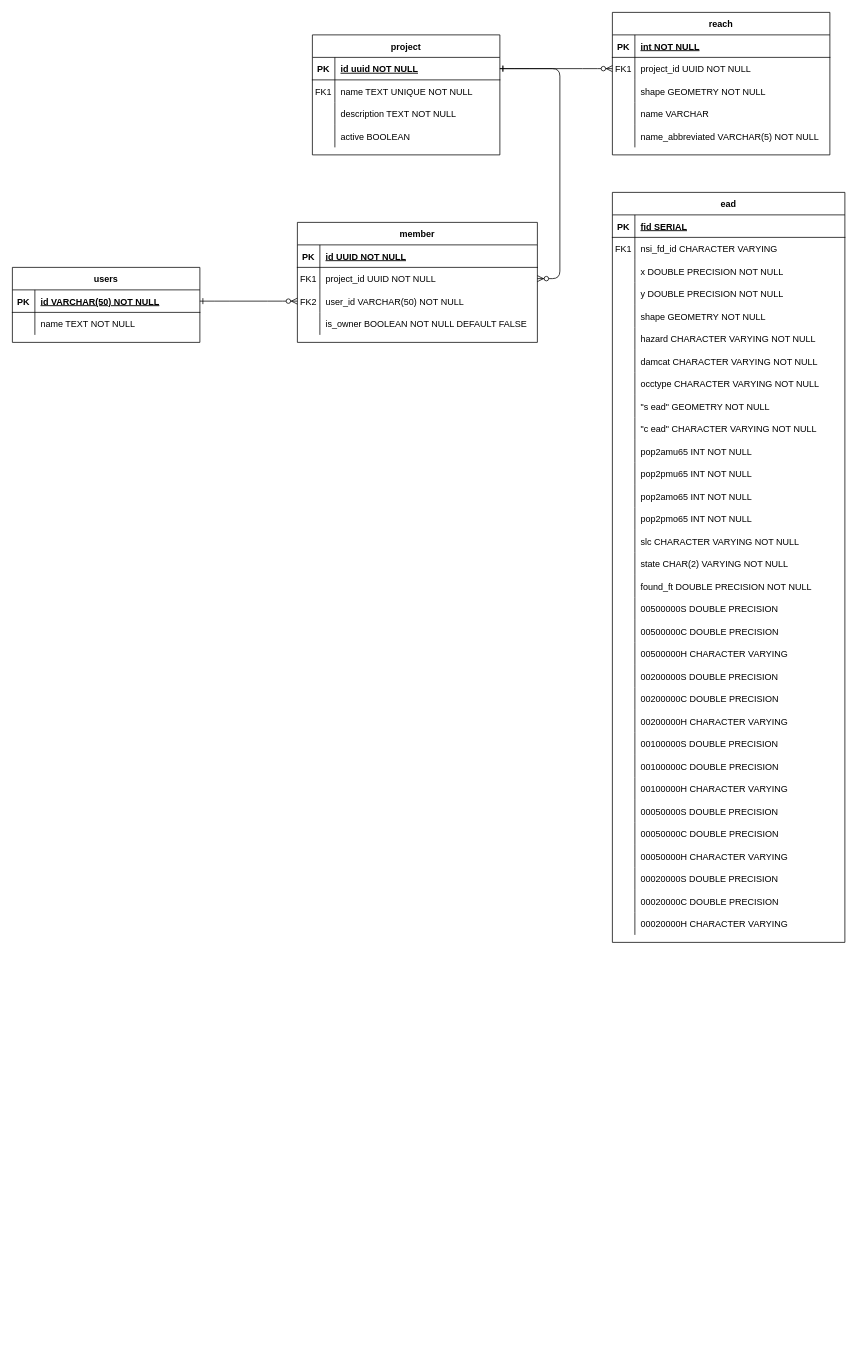
This is Untitled Diagram.drawio from USACE/chart-docs, a draw.io file, before an edit. Source tidied: cells renumbered, new cells numbered last; positions are measured from the earlier drawing's top-left corner, leaving out a move shared by most shapes. Both pictures are drawn from the tidied source at 75%, with x=0, y=0 at pixel (12, 12).
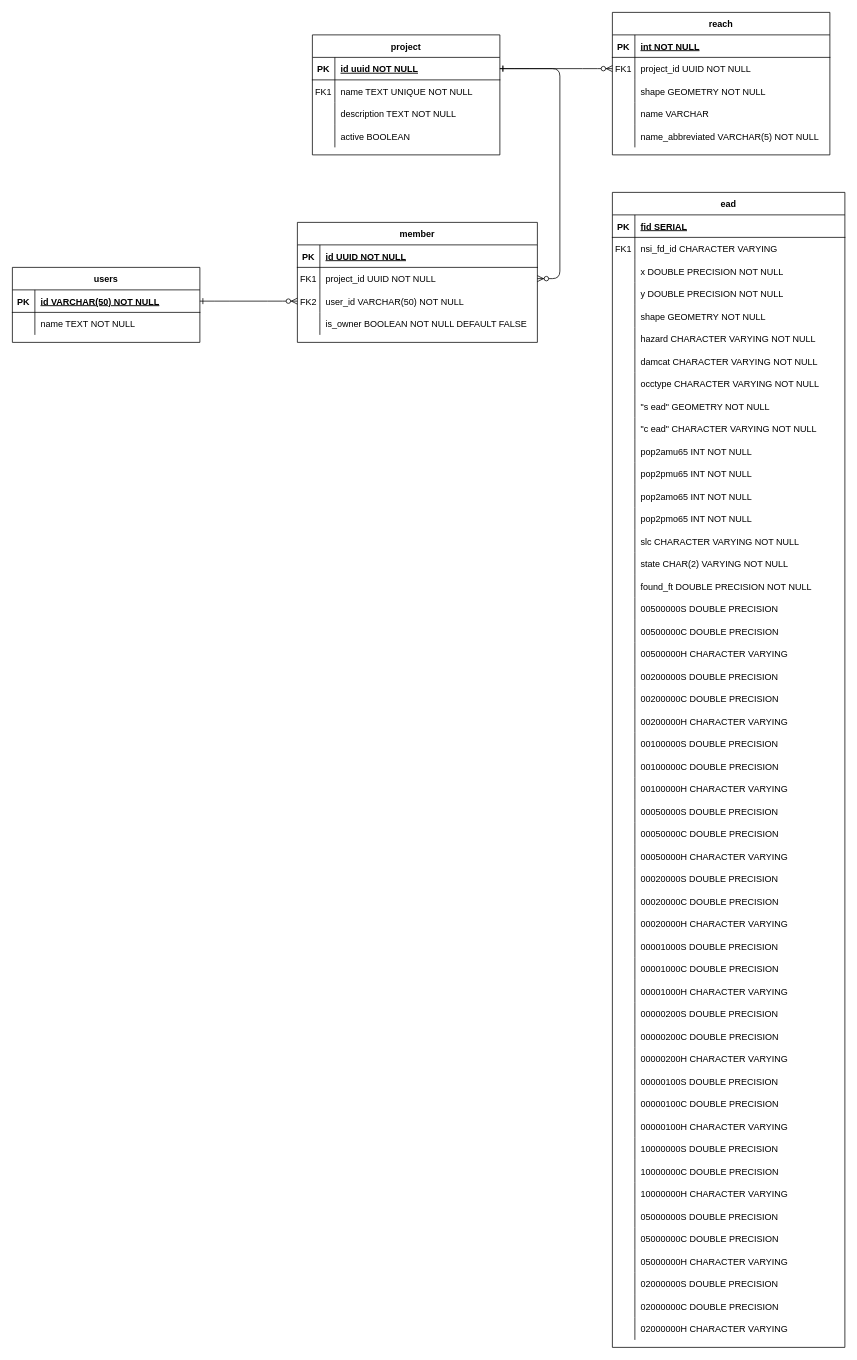
Above is the later version.

Diff of the diagram source:
```diff
@@
     <mxCell id="52" value="ead" style="shape=table;startSize=30;childLayout=tableLayout;rowLines=0;fontStyle=1;align=center;" parent="1" vertex="1">
-      <mxGeometry x="800" y="240" width="310" height="1000" as="geometry" />
+      <mxGeometry x="800" y="240" width="310" height="1540" as="geometry" />
     </mxCell>
@@
+    <mxCell id="151" style="shape=partialRectangle;fillColor=none;top=0;left=0;right=0;bottom=0;" parent="52" vertex="1">
+      <mxGeometry y="990" width="310" height="30" as="geometry" />
+    </mxCell>
+    <mxCell id="152" style="shape=partialRectangle;overflow=hidden;fillColor=none;top=0;left=0;bottom=0;right=0;" parent="151" vertex="1">
+      <mxGeometry width="30" height="30" as="geometry" />
+    </mxCell>
+    <mxCell id="153" value="00001000S DOUBLE PRECISION" style="shape=partialRectangle;overflow=hidden;fillColor=none;top=0;left=0;bottom=0;right=0;align=left;spacingLeft=6;" parent="151" vertex="1">
+      <mxGeometry x="30" width="280" height="30" as="geometry" />
+    </mxCell>
+    <mxCell id="154" style="shape=partialRectangle;fillColor=none;top=0;left=0;right=0;bottom=0;" parent="52" vertex="1">
+      <mxGeometry y="1020" width="310" height="30" as="geometry" />
+    </mxCell>
+    <mxCell id="155" style="shape=partialRectangle;overflow=hidden;fillColor=none;top=0;left=0;bottom=0;right=0;" parent="154" vertex="1">
+      <mxGeometry width="30" height="30" as="geometry" />
+    </mxCell>
+    <mxCell id="156" value="00001000C DOUBLE PRECISION" style="shape=partialRectangle;overflow=hidden;fillColor=none;top=0;left=0;bottom=0;right=0;align=left;spacingLeft=6;" parent="154" vertex="1">
+      <mxGeometry x="30" width="280" height="30" as="geometry" />
+    </mxCell>
+    <mxCell id="157" style="shape=partialRectangle;fillColor=none;top=0;left=0;right=0;bottom=0;" parent="52" vertex="1">
+      <mxGeometry y="1050" width="310" height="30" as="geometry" />
+    </mxCell>
+    <mxCell id="158" style="shape=partialRectangle;overflow=hidden;fillColor=none;top=0;left=0;bottom=0;right=0;" parent="157" vertex="1">
+      <mxGeometry width="30" height="30" as="geometry" />
+    </mxCell>
+    <mxCell id="159" value="00001000H CHARACTER VARYING" style="shape=partialRectangle;overflow=hidden;fillColor=none;top=0;left=0;bottom=0;right=0;align=left;spacingLeft=6;" parent="157" vertex="1">
+      <mxGeometry x="30" width="280" height="30" as="geometry" />
+    </mxCell>
+    <mxCell id="160" style="shape=partialRectangle;fillColor=none;top=0;left=0;right=0;bottom=0;" parent="52" vertex="1">
+      <mxGeometry y="1080" width="310" height="30" as="geometry" />
+    </mxCell>
+    <mxCell id="161" style="shape=partialRectangle;overflow=hidden;fillColor=none;top=0;left=0;bottom=0;right=0;" parent="160" vertex="1">
+      <mxGeometry width="30" height="30" as="geometry" />
+    </mxCell>
+    <mxCell id="162" value="00000200S DOUBLE PRECISION" style="shape=partialRectangle;overflow=hidden;fillColor=none;top=0;left=0;bottom=0;right=0;align=left;spacingLeft=6;" parent="160" vertex="1">
+      <mxGeometry x="30" width="280" height="30" as="geometry" />
+    </mxCell>
+    <mxCell id="163" style="shape=partialRectangle;fillColor=none;top=0;left=0;right=0;bottom=0;" parent="52" vertex="1">
+      <mxGeometry y="1110" width="310" height="30" as="geometry" />
+    </mxCell>
+    <mxCell id="164" style="shape=partialRectangle;overflow=hidden;fillColor=none;top=0;left=0;bottom=0;right=0;" parent="163" vertex="1">
+      <mxGeometry width="30" height="30" as="geometry" />
+    </mxCell>
+    <mxCell id="165" value="00000200C DOUBLE PRECISION" style="shape=partialRectangle;overflow=hidden;fillColor=none;top=0;left=0;bottom=0;right=0;align=left;spacingLeft=6;" parent="163" vertex="1">
+      <mxGeometry x="30" width="280" height="30" as="geometry" />
+    </mxCell>
+    <mxCell id="166" style="shape=partialRectangle;fillColor=none;top=0;left=0;right=0;bottom=0;" parent="52" vertex="1">
+      <mxGeometry y="1140" width="310" height="30" as="geometry" />
+    </mxCell>
+    <mxCell id="167" style="shape=partialRectangle;overflow=hidden;fillColor=none;top=0;left=0;bottom=0;right=0;" parent="166" vertex="1">
+      <mxGeometry width="30" height="30" as="geometry" />
+    </mxCell>
+    <mxCell id="168" value="00000200H CHARACTER VARYING" style="shape=partialRectangle;overflow=hidden;fillColor=none;top=0;left=0;bottom=0;right=0;align=left;spacingLeft=6;" parent="166" vertex="1">
+      <mxGeometry x="30" width="280" height="30" as="geometry" />
+    </mxCell>
+    <mxCell id="169" style="shape=partialRectangle;fillColor=none;top=0;left=0;right=0;bottom=0;" parent="52" vertex="1">
+      <mxGeometry y="1170" width="310" height="30" as="geometry" />
+    </mxCell>
+    <mxCell id="170" style="shape=partialRectangle;overflow=hidden;fillColor=none;top=0;left=0;bottom=0;right=0;" parent="169" vertex="1">
+      <mxGeometry width="30" height="30" as="geometry" />
+    </mxCell>
+    <mxCell id="171" value="00000100S DOUBLE PRECISION" style="shape=partialRectangle;overflow=hidden;fillColor=none;top=0;left=0;bottom=0;right=0;align=left;spacingLeft=6;" parent="169" vertex="1">
+      <mxGeometry x="30" width="280" height="30" as="geometry" />
+    </mxCell>
+    <mxCell id="172" style="shape=partialRectangle;fillColor=none;top=0;left=0;right=0;bottom=0;" parent="52" vertex="1">
+      <mxGeometry y="1200" width="310" height="30" as="geometry" />
+    </mxCell>
+    <mxCell id="173" style="shape=partialRectangle;overflow=hidden;fillColor=none;top=0;left=0;bottom=0;right=0;" parent="172" vertex="1">
+      <mxGeometry width="30" height="30" as="geometry" />
+    </mxCell>
+    <mxCell id="174" value="00000100C DOUBLE PRECISION" style="shape=partialRectangle;overflow=hidden;fillColor=none;top=0;left=0;bottom=0;right=0;align=left;spacingLeft=6;" parent="172" vertex="1">
+      <mxGeometry x="30" width="280" height="30" as="geometry" />
+    </mxCell>
+    <mxCell id="175" style="shape=partialRectangle;fillColor=none;top=0;left=0;right=0;bottom=0;" parent="52" vertex="1">
+      <mxGeometry y="1230" width="310" height="30" as="geometry" />
+    </mxCell>
+    <mxCell id="176" style="shape=partialRectangle;overflow=hidden;fillColor=none;top=0;left=0;bottom=0;right=0;" parent="175" vertex="1">
+      <mxGeometry width="30" height="30" as="geometry" />
+    </mxCell>
+    <mxCell id="177" value="00000100H CHARACTER VARYING" style="shape=partialRectangle;overflow=hidden;fillColor=none;top=0;left=0;bottom=0;right=0;align=left;spacingLeft=6;" parent="175" vertex="1">
+      <mxGeometry x="30" width="280" height="30" as="geometry" />
+    </mxCell>
+    <mxCell id="178" style="shape=partialRectangle;fillColor=none;top=0;left=0;right=0;bottom=0;" parent="52" vertex="1">
+      <mxGeometry y="1260" width="310" height="30" as="geometry" />
+    </mxCell>
+    <mxCell id="179" style="shape=partialRectangle;overflow=hidden;fillColor=none;top=0;left=0;bottom=0;right=0;" parent="178" vertex="1">
+      <mxGeometry width="30" height="30" as="geometry" />
+    </mxCell>
+    <mxCell id="180" value="10000000S DOUBLE PRECISION" style="shape=partialRectangle;overflow=hidden;fillColor=none;top=0;left=0;bottom=0;right=0;align=left;spacingLeft=6;" parent="178" vertex="1">
+      <mxGeometry x="30" width="280" height="30" as="geometry" />
+    </mxCell>
+    <mxCell id="181" style="shape=partialRectangle;fillColor=none;top=0;left=0;right=0;bottom=0;" parent="52" vertex="1">
+      <mxGeometry y="1290" width="310" height="30" as="geometry" />
+    </mxCell>
+    <mxCell id="182" style="shape=partialRectangle;overflow=hidden;fillColor=none;top=0;left=0;bottom=0;right=0;" parent="181" vertex="1">
+      <mxGeometry width="30" height="30" as="geometry" />
+    </mxCell>
+    <mxCell id="183" value="10000000C DOUBLE PRECISION" style="shape=partialRectangle;overflow=hidden;fillColor=none;top=0;left=0;bottom=0;right=0;align=left;spacingLeft=6;" parent="181" vertex="1">
+      <mxGeometry x="30" width="280" height="30" as="geometry" />
+    </mxCell>
+    <mxCell id="184" style="shape=partialRectangle;fillColor=none;top=0;left=0;right=0;bottom=0;" parent="52" vertex="1">
+      <mxGeometry y="1320" width="310" height="30" as="geometry" />
+    </mxCell>
+    <mxCell id="185" style="shape=partialRectangle;overflow=hidden;fillColor=none;top=0;left=0;bottom=0;right=0;" parent="184" vertex="1">
+      <mxGeometry width="30" height="30" as="geometry" />
+    </mxCell>
+    <mxCell id="186" value="10000000H CHARACTER VARYING" style="shape=partialRectangle;overflow=hidden;fillColor=none;top=0;left=0;bottom=0;right=0;align=left;spacingLeft=6;" parent="184" vertex="1">
+      <mxGeometry x="30" width="280" height="30" as="geometry" />
+    </mxCell>
+    <mxCell id="187" style="shape=partialRectangle;fillColor=none;top=0;left=0;right=0;bottom=0;" parent="52" vertex="1">
+      <mxGeometry y="1350" width="310" height="30" as="geometry" />
+    </mxCell>
+    <mxCell id="188" style="shape=partialRectangle;overflow=hidden;fillColor=none;top=0;left=0;bottom=0;right=0;" parent="187" vertex="1">
+      <mxGeometry width="30" height="30" as="geometry" />
+    </mxCell>
+    <mxCell id="189" value="05000000S DOUBLE PRECISION" style="shape=partialRectangle;overflow=hidden;fillColor=none;top=0;left=0;bottom=0;right=0;align=left;spacingLeft=6;" parent="187" vertex="1">
+      <mxGeometry x="30" width="280" height="30" as="geometry" />
+    </mxCell>
+    <mxCell id="190" style="shape=partialRectangle;fillColor=none;top=0;left=0;right=0;bottom=0;" parent="52" vertex="1">
+      <mxGeometry y="1380" width="310" height="30" as="geometry" />
+    </mxCell>
+    <mxCell id="191" style="shape=partialRectangle;overflow=hidden;fillColor=none;top=0;left=0;bottom=0;right=0;" parent="190" vertex="1">
+      <mxGeometry width="30" height="30" as="geometry" />
+    </mxCell>
+    <mxCell id="192" value="05000000C DOUBLE PRECISION" style="shape=partialRectangle;overflow=hidden;fillColor=none;top=0;left=0;bottom=0;right=0;align=left;spacingLeft=6;" parent="190" vertex="1">
+      <mxGeometry x="30" width="280" height="30" as="geometry" />
+    </mxCell>
+    <mxCell id="193" style="shape=partialRectangle;fillColor=none;top=0;left=0;right=0;bottom=0;" parent="52" vertex="1">
+      <mxGeometry y="1410" width="310" height="30" as="geometry" />
+    </mxCell>
+    <mxCell id="194" style="shape=partialRectangle;overflow=hidden;fillColor=none;top=0;left=0;bottom=0;right=0;" parent="193" vertex="1">
+      <mxGeometry width="30" height="30" as="geometry" />
+    </mxCell>
+    <mxCell id="195" value="05000000H CHARACTER VARYING" style="shape=partialRectangle;overflow=hidden;fillColor=none;top=0;left=0;bottom=0;right=0;align=left;spacingLeft=6;" parent="193" vertex="1">
+      <mxGeometry x="30" width="280" height="30" as="geometry" />
+    </mxCell>
+    <mxCell id="196" style="shape=partialRectangle;fillColor=none;top=0;left=0;right=0;bottom=0;" parent="52" vertex="1">
+      <mxGeometry y="1440" width="310" height="30" as="geometry" />
+    </mxCell>
+    <mxCell id="197" style="shape=partialRectangle;overflow=hidden;fillColor=none;top=0;left=0;bottom=0;right=0;" parent="196" vertex="1">
+      <mxGeometry width="30" height="30" as="geometry" />
+    </mxCell>
+    <mxCell id="198" value="02000000S DOUBLE PRECISION" style="shape=partialRectangle;overflow=hidden;fillColor=none;top=0;left=0;bottom=0;right=0;align=left;spacingLeft=6;" parent="196" vertex="1">
+      <mxGeometry x="30" width="280" height="30" as="geometry" />
+    </mxCell>
+    <mxCell id="199" style="shape=partialRectangle;fillColor=none;top=0;left=0;right=0;bottom=0;" parent="52" vertex="1">
+      <mxGeometry y="1470" width="310" height="30" as="geometry" />
+    </mxCell>
+    <mxCell id="200" style="shape=partialRectangle;overflow=hidden;fillColor=none;top=0;left=0;bottom=0;right=0;" parent="199" vertex="1">
+      <mxGeometry width="30" height="30" as="geometry" />
+    </mxCell>
+    <mxCell id="201" value="02000000C DOUBLE PRECISION" style="shape=partialRectangle;overflow=hidden;fillColor=none;top=0;left=0;bottom=0;right=0;align=left;spacingLeft=6;" parent="199" vertex="1">
+      <mxGeometry x="30" width="280" height="30" as="geometry" />
+    </mxCell>
+    <mxCell id="202" style="shape=partialRectangle;fillColor=none;top=0;left=0;right=0;bottom=0;" parent="52" vertex="1">
+      <mxGeometry y="1500" width="310" height="30" as="geometry" />
+    </mxCell>
+    <mxCell id="203" style="shape=partialRectangle;overflow=hidden;fillColor=none;top=0;left=0;bottom=0;right=0;" parent="202" vertex="1">
+      <mxGeometry width="30" height="30" as="geometry" />
+    </mxCell>
+    <mxCell id="204" value="02000000H CHARACTER VARYING" style="shape=partialRectangle;overflow=hidden;fillColor=none;top=0;left=0;bottom=0;right=0;align=left;spacingLeft=6;" parent="202" vertex="1">
+      <mxGeometry x="30" width="280" height="30" as="geometry" />
+    </mxCell>
```
